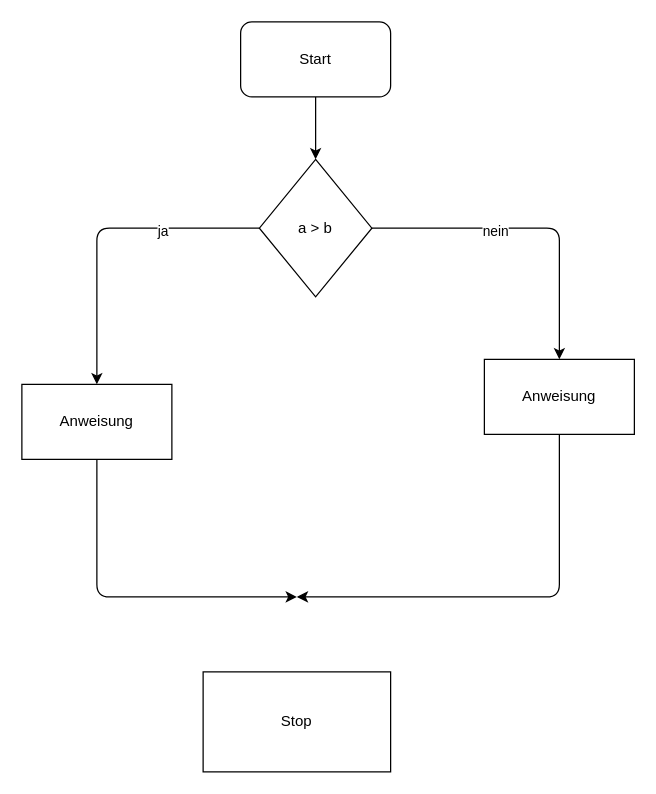
The draw.io diagram page "IF Else" (3 of 3) of pap.drawio in Hindax/03_Entscheidungsstrukturen, before the edit. Source tidied: cells renumbered, new cells numbered last; positions are measured from the earlier drawing's top-left corner, leaving out a move shared by most shapes. Both pictures are drawn from the tidied source at 125%, with x=0, y=0 at pixel (21, 21).
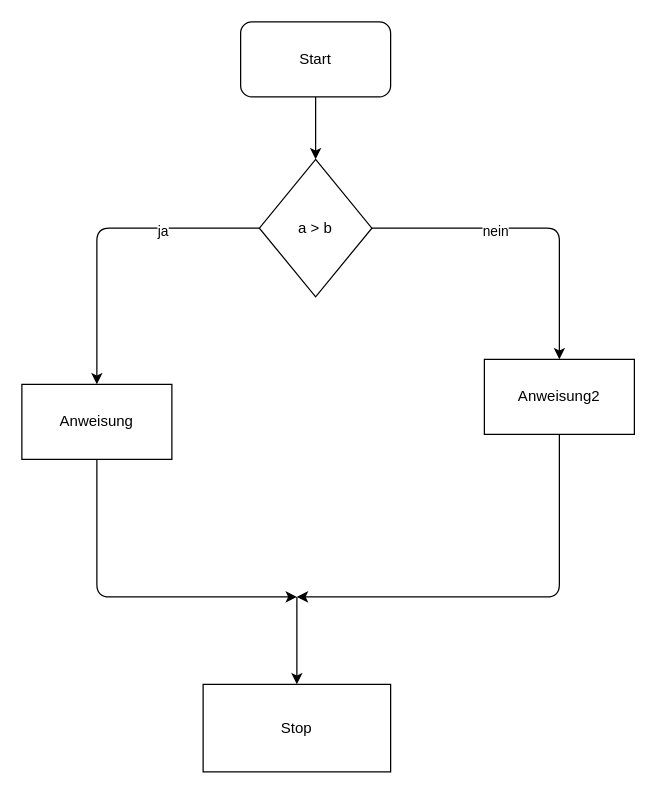
The same page after the edit.

Commit message:
if else drawio cascade

Change to the diagram source:
```diff
@@
     <mxCell id="11" value="Stop" style="rounded=1;whiteSpace=wrap;html=1;arcSize=0;" parent="1" vertex="1">
-      <mxGeometry x="145" y="520" width="150" height="80" as="geometry" />
+      <mxGeometry x="145" y="530" width="150" height="70" as="geometry" />
     </mxCell>
@@
-    <mxCell id="13" value="Anweisung" style="rounded=0;whiteSpace=wrap;html=1;" parent="1" vertex="1">
+    <mxCell id="13" value="Anweisung2" style="rounded=0;whiteSpace=wrap;html=1;" parent="1" vertex="1">
       <mxGeometry x="370" y="270" width="120" height="60" as="geometry" />
     </mxCell>
+    <mxCell id="14" style="endArrow=classic;html=1;entryX=0.5;entryY=0;entryDx=0;entryDy=0;" parent="1" edge="1" target="11">
+      <mxGeometry relative="1" as="geometry">
+        <mxPoint x="220" y="460" as="sourcePoint" />
+      </mxGeometry>
+    </mxCell>
```
